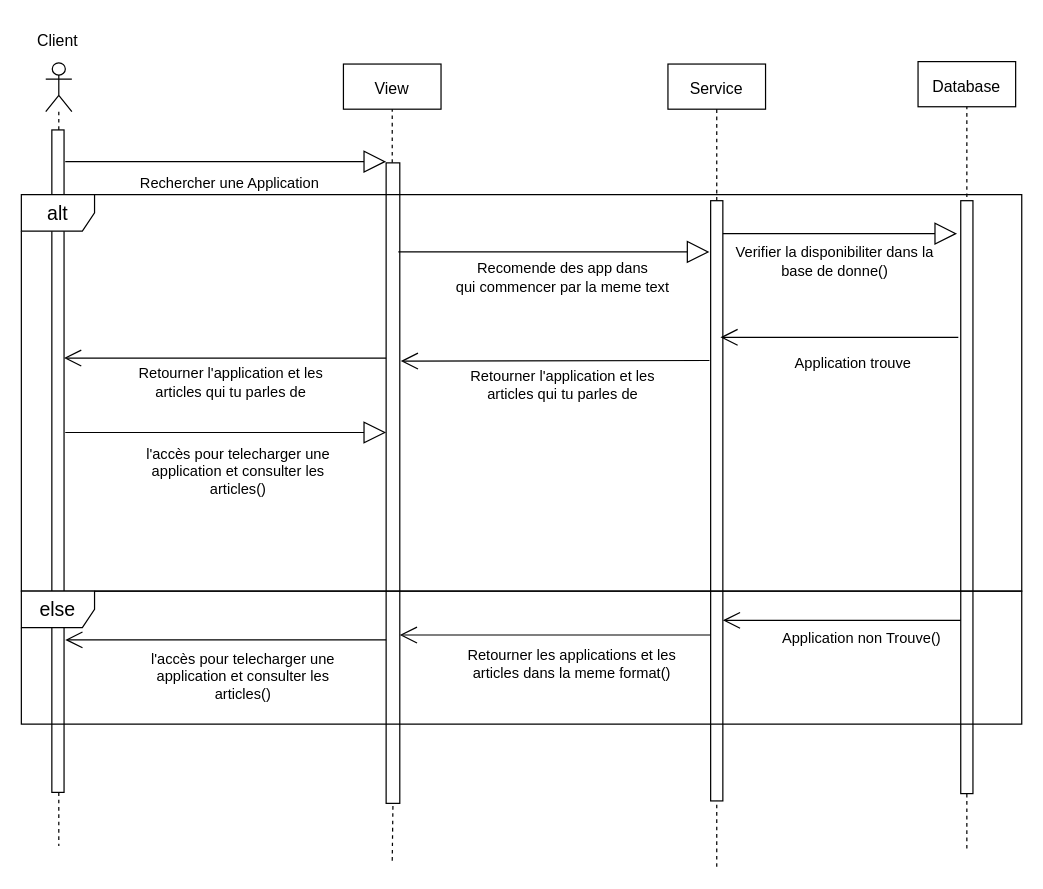
Earlier version of the draw.io diagram page "Sequence Client" (4 of 4) of Diagramme sans nom.drawio (amine-ui/Test-React). Source tidied: cells renumbered, new cells numbered last; positions are measured from the earlier drawing's top-left corner, leaving out a move shared by most shapes. Both pictures are drawn from the tidied source at 122%, with x=0, y=0 at pixel (21, 21).
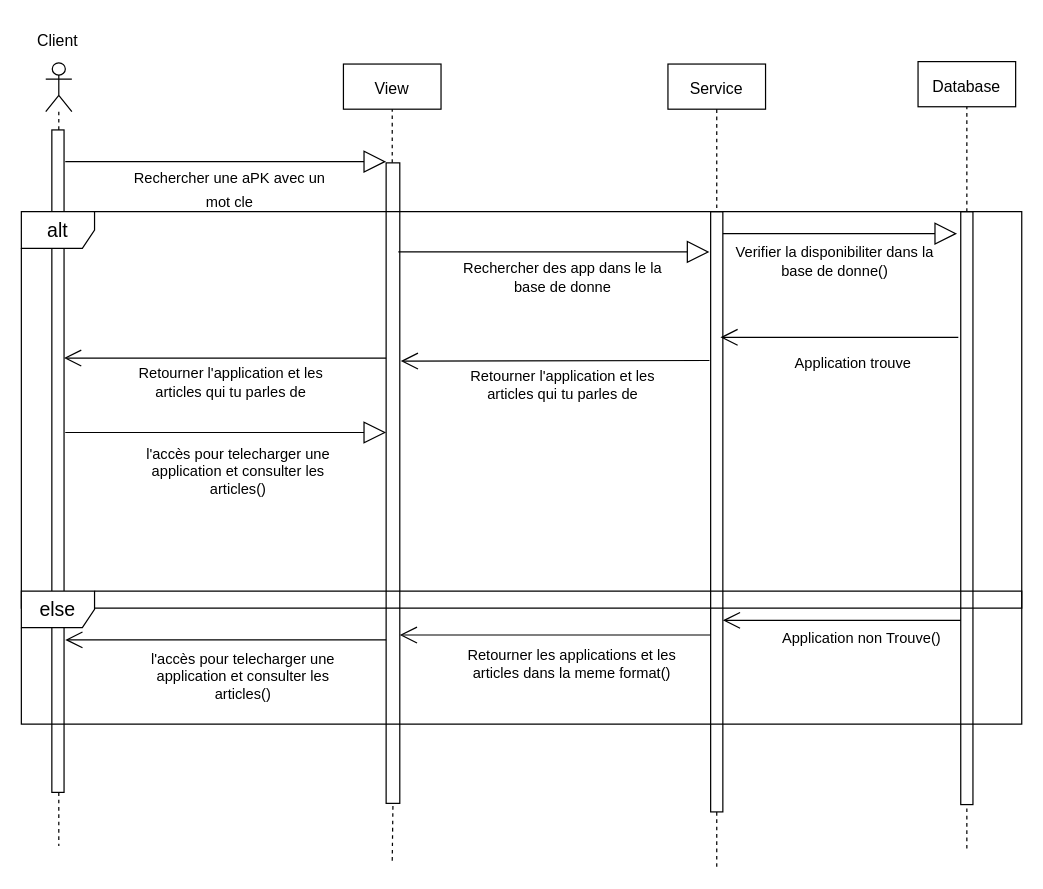
The same page after the edit.

What changed in the source:
```diff
@@
-    <mxCell id="5" value="&lt;span style=&quot;font-size: 12px;&quot;&gt;Rechercher une Application&lt;/span&gt;" style="text;strokeColor=none;align=center;fillColor=none;html=1;verticalAlign=middle;whiteSpace=wrap;rounded=0;fontSize=16;" parent="1" vertex="1">
-      <mxGeometry x="84" y="116" width="174" height="30" as="geometry" />
+    <mxCell id="5" value="&lt;span style=&quot;font-size: 12px;&quot;&gt;Rechercher une aPK avec un mot cle&lt;/span&gt;" style="text;strokeColor=none;align=center;fillColor=none;html=1;verticalAlign=middle;whiteSpace=wrap;rounded=0;fontSize=16;" parent="1" vertex="1">
+      <mxGeometry x="84" y="122" width="174" height="30" as="geometry" />
     </mxCell>
@@
     <mxCell id="13" style="html=1;points=[];perimeter=orthogonalPerimeter;outlineConnect=0;targetShapes=umlLifeline;portConstraint=eastwest;newEdgeStyle={&quot;edgeStyle&quot;:&quot;elbowEdgeStyle&quot;,&quot;elbow&quot;:&quot;vertical&quot;,&quot;curved&quot;:0,&quot;rounded&quot;:0};fontSize=16;" parent="1" vertex="1">
-      <mxGeometry x="565" y="147" width="10" height="492" as="geometry" />
+      <mxGeometry x="565" y="156" width="10" height="492" as="geometry" />
     </mxCell>
@@
     <mxCell id="16" style="html=1;perimeter=orthogonalPerimeter;targetShapes=umlLifeline;newEdgeStyle={&quot;edgeStyle&quot;:&quot;elbowEdgeStyle&quot;,&quot;elbow&quot;:&quot;vertical&quot;,&quot;curved&quot;:0,&quot;rounded&quot;:0};fontSize=16;" parent="1" vertex="1">
-      <mxGeometry x="770" y="147" width="10" height="486" as="geometry" />
+      <mxGeometry x="770" y="156" width="10" height="486" as="geometry" />
     </mxCell>
@@
-    <mxCell id="18" value="&lt;font style=&quot;font-size: 12px;&quot;&gt;Recomende des app dans qui&amp;nbsp;commencer par la meme text&lt;/font&gt;" style="text;strokeColor=none;align=center;fillColor=none;html=1;verticalAlign=middle;whiteSpace=wrap;rounded=0;fontSize=12;" parent="1" vertex="1">
+    <mxCell id="18" value="&lt;font style=&quot;font-size: 12px;&quot;&gt;Rechercher&amp;nbsp;des app dans le la base de donne&lt;/font&gt;" style="text;strokeColor=none;align=center;fillColor=none;html=1;verticalAlign=middle;whiteSpace=wrap;rounded=0;fontSize=12;" parent="1" vertex="1">
       <mxGeometry x="349" y="195" width="190" height="30" as="geometry" />
     </mxCell>
@@
     <mxCell id="27" value="alt" style="shape=umlFrame;whiteSpace=wrap;html=1;fontSize=16;" parent="1" vertex="1">
-      <mxGeometry y="142" width="820" height="325" as="geometry" />
+      <mxGeometry y="156" width="820" height="325" as="geometry" />
     </mxCell>
```
